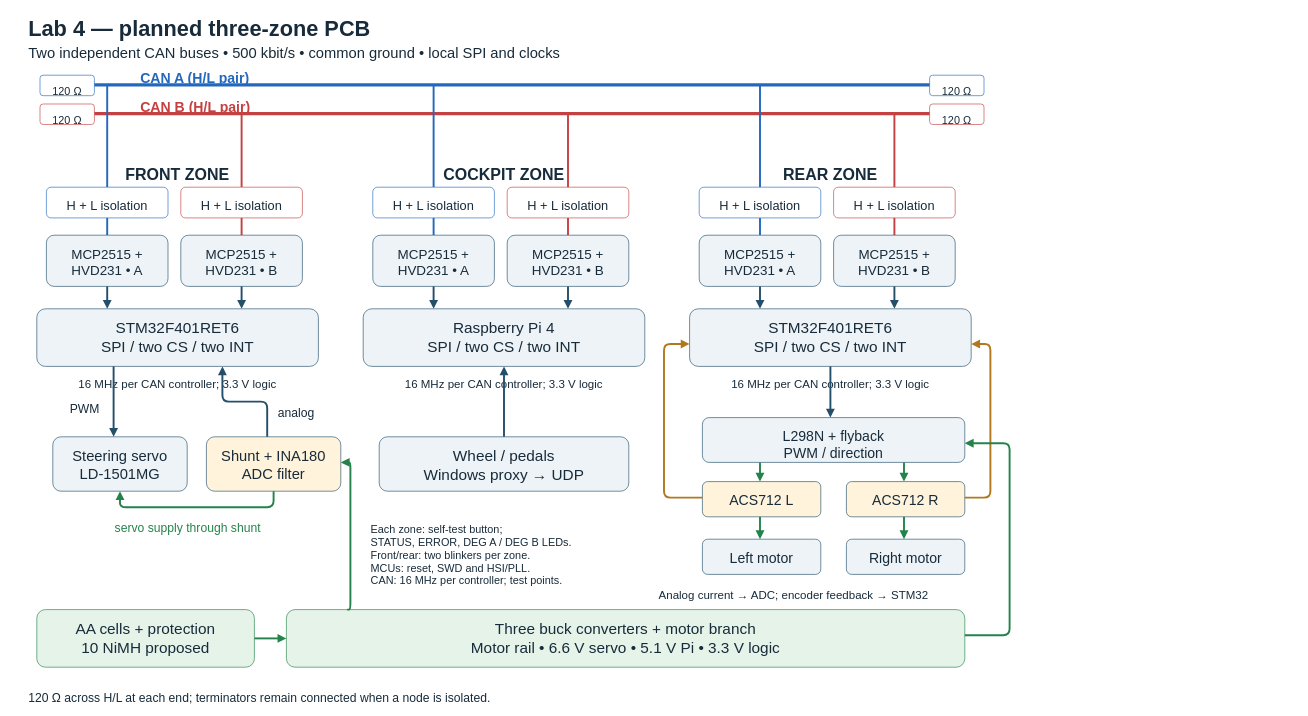
fmarples/18649_team4 keeps this draw.io diagram as lab4/Lab4-System.drawio. Above is the earlier version. Source tidied: cells renumbered, new cells numbered last; positions are measured from the earlier drawing's top-left corner, leaving out a move shared by most shapes. Both pictures are drawn from the tidied source at 64%, with x=0, y=0 at pixel (11, 11).
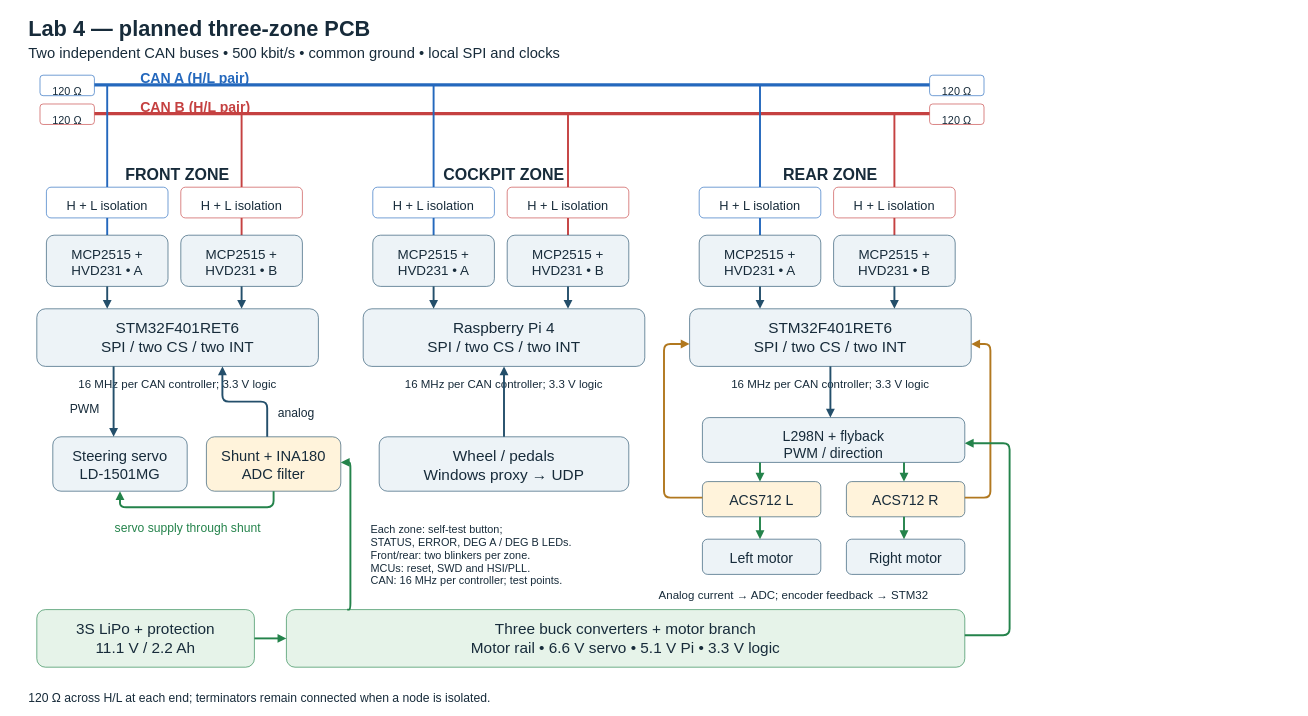
The same page after the edit.

Diff of the diagram source:
```diff
@@
-    <mxCell id="75" value="AA cells + protection&#10;10 NiMH proposed" style="rounded=1;whiteSpace=wrap;html=0;fillColor=#e6f3e9;strokeColor=#24834b;fontSize=24;fontColor=#172b3a;spacingTop=10;verticalAlign=top;" parent="1" vertex="1">
+    <mxCell id="75" value="3S LiPo + protection&#10;11.1 V / 2.2 Ah" style="rounded=1;whiteSpace=wrap;html=0;fillColor=#e6f3e9;strokeColor=#24834b;fontSize=24;fontColor=#172b3a;spacingTop=10;verticalAlign=top;" parent="1" vertex="1">
       <mxGeometry x="40" y="935" width="340" height="90" as="geometry" />
     </mxCell>
```
